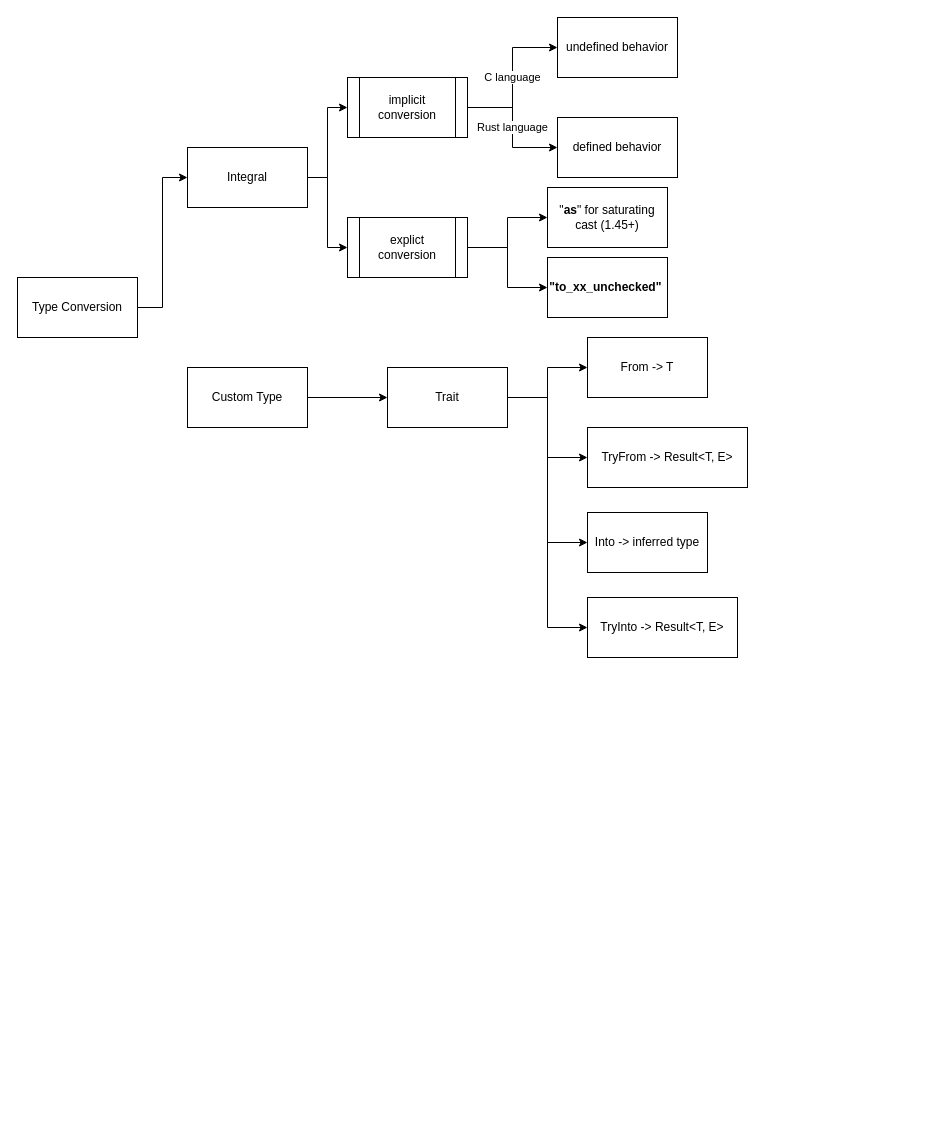
Earlier version of the draw.io diagram page "Type Conversion" (2 of 2) of std_library.drawio (gftea/rust_lang_notes). Source tidied: cells renumbered, new cells numbered last; positions are measured from the earlier drawing's top-left corner, leaving out a move shared by most shapes. Both pictures are drawn from the tidied source at 100%, with x=0, y=0 at pixel (17, 17).
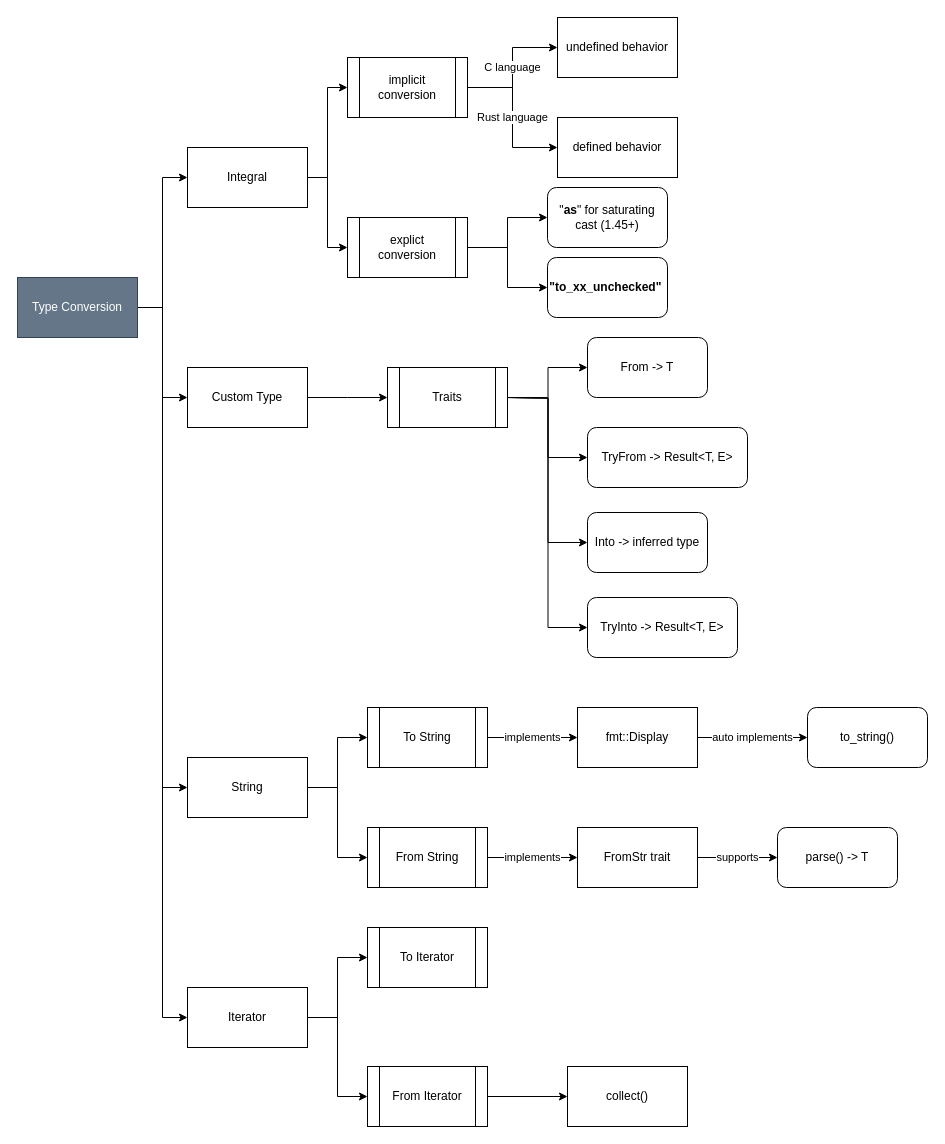
Above is the later version.

The change refers to these unchanged cells:
```xml
<mxCell id="18" value="Custom Type" style="rounded=0;whiteSpace=wrap;html=1;" parent="1" vertex="1">
  <mxGeometry x="170" y="350" width="120" height="60" as="geometry" />
</mxCell>
```

Diff of the diagram source:
```diff
@@
+    <mxCell id="28" style="edgeStyle=orthogonalEdgeStyle;rounded=0;jettySize=auto;html=1;entryX=0;entryY=0.5;entryDx=0;entryDy=0;startArrow=none;startFill=0;strokeWidth=1;" parent="1" edge="1" source="3" target="18">
+      <mxGeometry relative="1" as="geometry" />
+    </mxCell>
+    <mxCell id="29" style="edgeStyle=orthogonalEdgeStyle;rounded=0;jettySize=auto;html=1;entryX=0;entryY=0.5;entryDx=0;entryDy=0;startArrow=none;startFill=0;strokeWidth=1;" parent="1" edge="1" source="3" target="33">
+      <mxGeometry relative="1" as="geometry" />
+    </mxCell>
+    <mxCell id="30" style="edgeStyle=orthogonalEdgeStyle;rounded=0;jettySize=auto;html=1;entryX=0;entryY=0.5;entryDx=0;entryDy=0;startArrow=none;startFill=0;strokeWidth=1;" parent="1" edge="1" source="3" target="47">
+      <mxGeometry relative="1" as="geometry" />
+    </mxCell>
-    <mxCell id="3" value="Type Conversion" style="rounded=0;whiteSpace=wrap;html=1;" parent="1" vertex="1">
+    <mxCell id="3" value="Type Conversion" style="rounded=0;whiteSpace=wrap;html=1;fillColor=#647687;fontColor=#ffffff;strokeColor=#314354;" parent="1" vertex="1">
       <mxGeometry y="260" width="120" height="60" as="geometry" />
     </mxCell>
@@
     <mxCell id="12" value="implicit conversion" style="shape=process;whiteSpace=wrap;html=1;backgroundOutline=1;" parent="1" vertex="1">
-      <mxGeometry x="330" y="60" width="120" height="60" as="geometry" />
+      <mxGeometry x="330" y="40" width="120" height="60" as="geometry" />
     </mxCell>
@@
-    <mxCell id="15" value="&quot;&lt;b&gt;as&lt;/b&gt;&quot; for saturating cast (1.45+)" style="whiteSpace=wrap;html=1;" parent="1" vertex="1">
+    <mxCell id="15" value="&quot;&lt;b&gt;as&lt;/b&gt;&quot; for saturating cast (1.45+)" style="whiteSpace=wrap;html=1;rounded=1;" parent="1" vertex="1">
       <mxGeometry x="530" y="170" width="120" height="60" as="geometry" />
     </mxCell>
-    <mxCell id="16" value="&lt;b&gt;&quot;to_xx_unchecked&quot;&amp;nbsp;&lt;/b&gt;" style="whiteSpace=wrap;html=1;" parent="1" vertex="1">
+    <mxCell id="16" value="&lt;b&gt;&quot;to_xx_unchecked&quot;&amp;nbsp;&lt;/b&gt;" style="whiteSpace=wrap;html=1;rounded=1;" parent="1" vertex="1">
       <mxGeometry x="530" y="240" width="120" height="60" as="geometry" />
     </mxCell>
-    <mxCell id="17" style="edgeStyle=orthogonalEdgeStyle;rounded=0;jettySize=auto;html=1;startArrow=none;startFill=0;strokeWidth=1;" parent="1" edge="1" source="18" target="23">
-      <mxGeometry relative="1" as="geometry" />
+    <mxCell id="17" style="edgeStyle=orthogonalEdgeStyle;rounded=0;jettySize=auto;html=1;startArrow=none;startFill=0;strokeWidth=1;" parent="1" edge="1" source="18">
+      <mxGeometry relative="1" as="geometry">
+        <mxPoint x="370" y="380" as="targetPoint" />
+      </mxGeometry>
     </mxCell>
@@
-    <mxCell id="19" style="edgeStyle=orthogonalEdgeStyle;rounded=0;jettySize=auto;html=1;startArrow=none;startFill=0;strokeWidth=1;" parent="1" edge="1" source="23" target="24">
-      <mxGeometry relative="1" as="geometry" />
+    <mxCell id="19" style="edgeStyle=orthogonalEdgeStyle;rounded=0;jettySize=auto;html=1;startArrow=none;startFill=0;strokeWidth=1;" parent="1" edge="1" target="24">
+      <mxGeometry relative="1" as="geometry">
+        <mxPoint x="490" y="380" as="sourcePoint" />
+      </mxGeometry>
     </mxCell>
-    <mxCell id="20" style="edgeStyle=orthogonalEdgeStyle;rounded=0;jettySize=auto;html=1;entryX=0;entryY=0.5;entryDx=0;entryDy=0;startArrow=none;startFill=0;strokeWidth=1;" parent="1" edge="1" source="23" target="26">
-      <mxGeometry relative="1" as="geometry" />
+    <mxCell id="20" style="edgeStyle=orthogonalEdgeStyle;rounded=0;jettySize=auto;html=1;entryX=0;entryY=0.5;entryDx=0;entryDy=0;startArrow=none;startFill=0;strokeWidth=1;" parent="1" edge="1" target="26">
+      <mxGeometry relative="1" as="geometry">
+        <mxPoint x="490" y="380" as="sourcePoint" />
+      </mxGeometry>
     </mxCell>
-    <mxCell id="21" style="edgeStyle=orthogonalEdgeStyle;rounded=0;jettySize=auto;html=1;entryX=0;entryY=0.5;entryDx=0;entryDy=0;startArrow=none;startFill=0;strokeWidth=1;" parent="1" edge="1" source="23" target="25">
-      <mxGeometry relative="1" as="geometry" />
+    <mxCell id="21" style="edgeStyle=orthogonalEdgeStyle;rounded=0;jettySize=auto;html=1;entryX=0;entryY=0.5;entryDx=0;entryDy=0;startArrow=none;startFill=0;strokeWidth=1;" parent="1" edge="1" target="25">
+      <mxGeometry relative="1" as="geometry">
+        <mxPoint x="490" y="380" as="sourcePoint" />
+      </mxGeometry>
     </mxCell>
-    <mxCell id="22" style="edgeStyle=orthogonalEdgeStyle;rounded=0;jettySize=auto;html=1;entryX=0;entryY=0.5;entryDx=0;entryDy=0;startArrow=none;startFill=0;strokeWidth=1;" parent="1" edge="1" source="23" target="27">
-      <mxGeometry relative="1" as="geometry" />
+    <mxCell id="22" style="edgeStyle=orthogonalEdgeStyle;rounded=0;jettySize=auto;html=1;entryX=0;entryY=0.5;entryDx=0;entryDy=0;startArrow=none;startFill=0;strokeWidth=1;" parent="1" edge="1" target="27">
+      <mxGeometry relative="1" as="geometry">
+        <mxPoint x="490" y="380" as="sourcePoint" />
+      </mxGeometry>
     </mxCell>
-    <mxCell id="23" value="Trait" style="rounded=0;whiteSpace=wrap;html=1;" parent="1" vertex="1">
-      <mxGeometry x="370" y="350" width="120" height="60" as="geometry" />
-    </mxCell>
-    <mxCell id="24" value="&lt;span&gt;From -&amp;gt; T&lt;/span&gt;" style="rounded=0;whiteSpace=wrap;html=1;fontStyle=0;" parent="1" vertex="1">
+    <mxCell id="24" value="&lt;span&gt;From -&amp;gt; T&lt;/span&gt;" style="rounded=1;whiteSpace=wrap;html=1;fontStyle=0;" parent="1" vertex="1">
       <mxGeometry x="570" y="320" width="120" height="60" as="geometry" />
     </mxCell>
-    <mxCell id="25" value="&lt;span&gt;Into -&amp;gt; inferred type&lt;/span&gt;" style="rounded=0;whiteSpace=wrap;html=1;fontStyle=0;" parent="1" vertex="1">
+    <mxCell id="25" value="&lt;span&gt;Into -&amp;gt; inferred type&lt;/span&gt;" style="rounded=1;whiteSpace=wrap;html=1;fontStyle=0;" parent="1" vertex="1">
       <mxGeometry x="570" y="495" width="120" height="60" as="geometry" />
     </mxCell>
-    <mxCell id="26" value="&lt;span&gt;TryFrom -&amp;gt; Result&amp;lt;T, E&amp;gt;&lt;/span&gt;" style="rounded=0;whiteSpace=wrap;html=1;fontStyle=0;" parent="1" vertex="1">
+    <mxCell id="26" value="&lt;span&gt;TryFrom -&amp;gt; Result&amp;lt;T, E&amp;gt;&lt;/span&gt;" style="rounded=1;whiteSpace=wrap;html=1;fontStyle=0;" parent="1" vertex="1">
       <mxGeometry x="570" y="410" width="160" height="60" as="geometry" />
     </mxCell>
-    <mxCell id="27" value="&lt;span&gt;TryInto -&amp;gt; Result&amp;lt;T, E&amp;gt;&lt;/span&gt;" style="rounded=0;whiteSpace=wrap;html=1;fontStyle=0;" parent="1" vertex="1">
+    <mxCell id="27" value="&lt;span&gt;TryInto -&amp;gt; Result&amp;lt;T, E&amp;gt;&lt;/span&gt;" style="rounded=1;whiteSpace=wrap;html=1;fontStyle=0;" parent="1" vertex="1">
       <mxGeometry x="570" y="580" width="150" height="60" as="geometry" />
     </mxCell>
+    <mxCell id="31" style="edgeStyle=orthogonalEdgeStyle;rounded=0;jettySize=auto;html=1;startArrow=none;startFill=0;strokeWidth=1;entryX=0;entryY=0.5;entryDx=0;entryDy=0;" parent="1" edge="1" source="33" target="41">
+      <mxGeometry relative="1" as="geometry" />
+    </mxCell>
+    <mxCell id="32" style="edgeStyle=orthogonalEdgeStyle;rounded=0;jettySize=auto;html=1;entryX=0;entryY=0.5;entryDx=0;entryDy=0;startArrow=none;startFill=0;strokeWidth=1;" parent="1" edge="1" source="33" target="40">
+      <mxGeometry relative="1" as="geometry" />
+    </mxCell>
+    <mxCell id="33" value="String" style="rounded=0;whiteSpace=wrap;html=1;" parent="1" vertex="1">
+      <mxGeometry x="170" y="740" width="120" height="60" as="geometry" />
+    </mxCell>
+    <mxCell id="34" value="implements" style="edgeStyle=orthogonalEdgeStyle;rounded=0;jettySize=auto;html=1;startArrow=none;startFill=0;strokeWidth=1;exitX=1;exitY=0.5;exitDx=0;exitDy=0;" parent="1" edge="1" source="41" target="36">
+      <mxGeometry relative="1" as="geometry" />
+    </mxCell>
+    <mxCell id="35" value="auto implements" style="edgeStyle=orthogonalEdgeStyle;rounded=0;jettySize=auto;html=1;startArrow=none;startFill=0;strokeWidth=1;" parent="1" edge="1" source="36" target="37">
+      <mxGeometry relative="1" as="geometry" />
+    </mxCell>
+    <mxCell id="36" value="fmt::Display" style="rounded=0;whiteSpace=wrap;html=1;" parent="1" vertex="1">
+      <mxGeometry x="560" y="690" width="120" height="60" as="geometry" />
+    </mxCell>
+    <mxCell id="37" value="to_string()" style="rounded=1;whiteSpace=wrap;html=1;" parent="1" vertex="1">
+      <mxGeometry x="790" y="690" width="120" height="60" as="geometry" />
+    </mxCell>
+    <mxCell id="38" value="Traits" style="shape=process;whiteSpace=wrap;html=1;backgroundOutline=1;" parent="1" vertex="1">
+      <mxGeometry x="370" y="350" width="120" height="60" as="geometry" />
+    </mxCell>
+    <mxCell id="39" value="implements" style="edgeStyle=orthogonalEdgeStyle;rounded=0;jettySize=auto;html=1;startArrow=none;startFill=0;strokeWidth=1;" parent="1" edge="1" source="40" target="43">
+      <mxGeometry relative="1" as="geometry" />
+    </mxCell>
+    <mxCell id="40" value="From String" style="shape=process;whiteSpace=wrap;html=1;backgroundOutline=1;" parent="1" vertex="1">
+      <mxGeometry x="350" y="810" width="120" height="60" as="geometry" />
+    </mxCell>
+    <mxCell id="41" value="To String" style="shape=process;whiteSpace=wrap;html=1;backgroundOutline=1;" parent="1" vertex="1">
+      <mxGeometry x="350" y="690" width="120" height="60" as="geometry" />
+    </mxCell>
+    <mxCell id="42" value="supports" style="edgeStyle=orthogonalEdgeStyle;rounded=0;jettySize=auto;html=1;startArrow=none;startFill=0;strokeWidth=1;" parent="1" edge="1" source="43" target="44">
+      <mxGeometry relative="1" as="geometry" />
+    </mxCell>
+    <mxCell id="43" value="FromStr trait" style="rounded=0;whiteSpace=wrap;html=1;" parent="1" vertex="1">
+      <mxGeometry x="560" y="810" width="120" height="60" as="geometry" />
+    </mxCell>
+    <mxCell id="44" value="parse() -&amp;gt; T" style="rounded=1;whiteSpace=wrap;html=1;" parent="1" vertex="1">
+      <mxGeometry x="760" y="810" width="120" height="60" as="geometry" />
+    </mxCell>
+    <mxCell id="45" style="edgeStyle=orthogonalEdgeStyle;rounded=0;jettySize=auto;html=1;entryX=0;entryY=0.5;entryDx=0;entryDy=0;startArrow=none;startFill=0;strokeWidth=1;" parent="1" edge="1" source="47" target="48">
+      <mxGeometry relative="1" as="geometry" />
+    </mxCell>
+    <mxCell id="46" style="edgeStyle=orthogonalEdgeStyle;rounded=0;jettySize=auto;html=1;entryX=0;entryY=0.5;entryDx=0;entryDy=0;startArrow=none;startFill=0;strokeWidth=1;" parent="1" edge="1" source="47" target="50">
+      <mxGeometry relative="1" as="geometry" />
+    </mxCell>
+    <mxCell id="47" value="Iterator" style="rounded=0;whiteSpace=wrap;html=1;" parent="1" vertex="1">
+      <mxGeometry x="170" y="970" width="120" height="60" as="geometry" />
+    </mxCell>
+    <mxCell id="48" value="To Iterator" style="shape=process;whiteSpace=wrap;html=1;backgroundOutline=1;rounded=0;" parent="1" vertex="1">
+      <mxGeometry x="350" y="910" width="120" height="60" as="geometry" />
+    </mxCell>
+    <mxCell id="49" style="edgeStyle=orthogonalEdgeStyle;rounded=0;jettySize=auto;html=1;startArrow=none;startFill=0;strokeWidth=1;" parent="1" edge="1" source="50" target="51">
+      <mxGeometry relative="1" as="geometry" />
+    </mxCell>
+    <mxCell id="50" value="From Iterator" style="shape=process;whiteSpace=wrap;html=1;backgroundOutline=1;rounded=0;" parent="1" vertex="1">
+      <mxGeometry x="350" y="1049" width="120" height="60" as="geometry" />
+    </mxCell>
+    <mxCell id="51" value="collect()" style="whiteSpace=wrap;html=1;rounded=0;" parent="1" vertex="1">
+      <mxGeometry x="550" y="1049" width="120" height="60" as="geometry" />
+    </mxCell>
```
